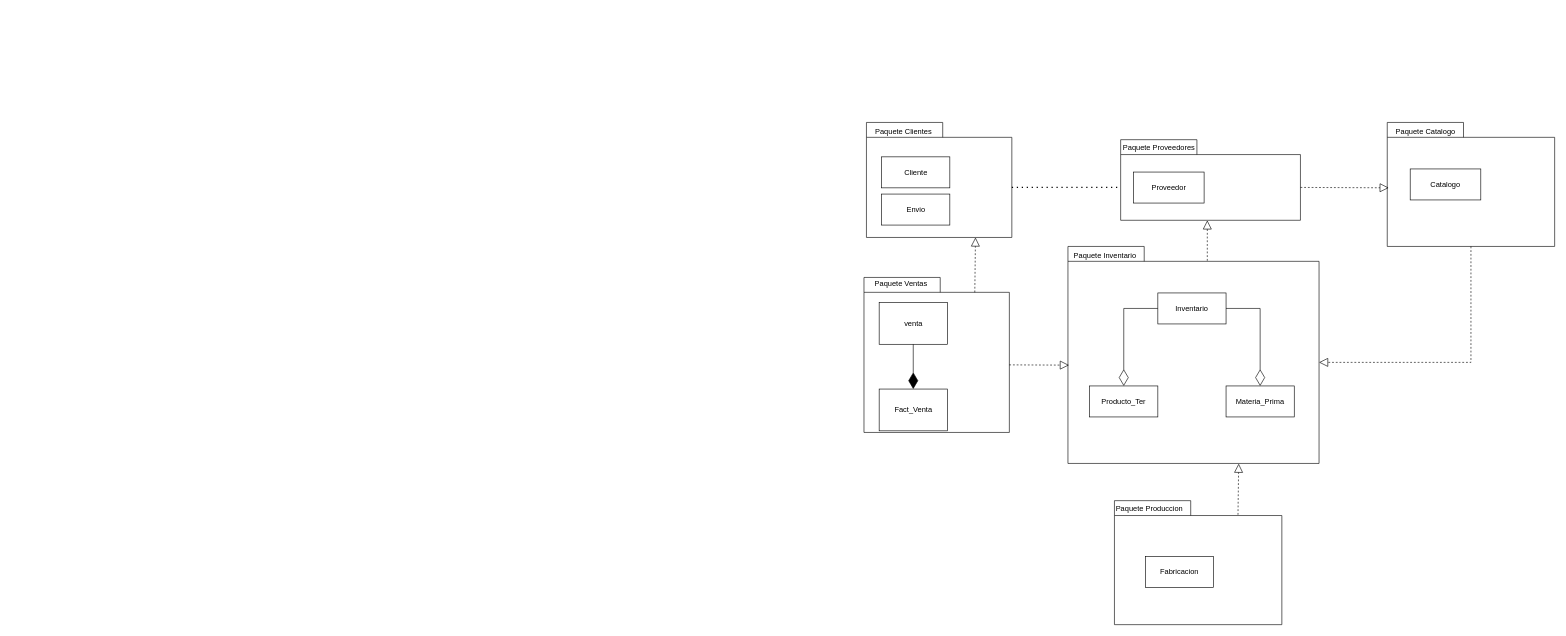
Before: Diagrama de paquetes.drawio in REDx174aRD/VERA, a draw.io diagram. Source tidied: cells renumbered, new cells numbered last; positions are measured from the earlier drawing's top-left corner, leaving out a move shared by most shapes. Both pictures are drawn from the tidied source at 62%, with x=0, y=0 at pixel (864, 122).
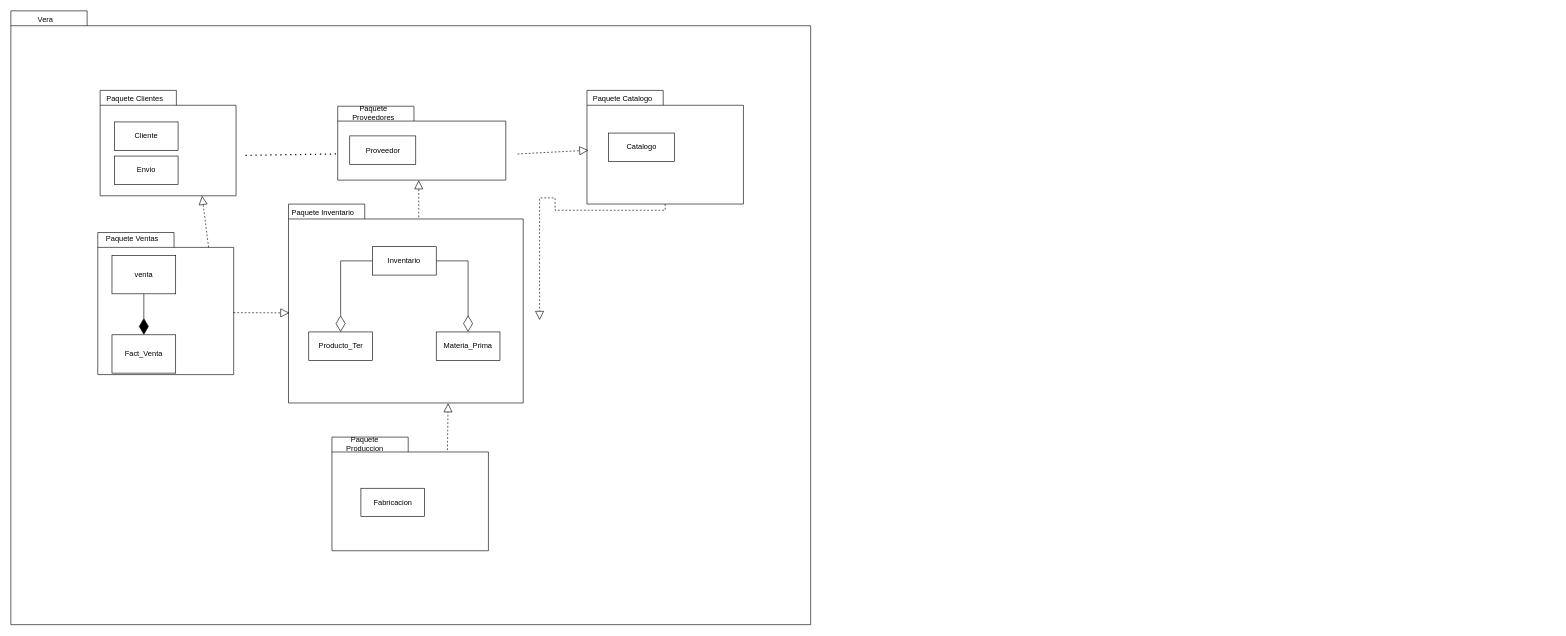
The same diagram, later.

What changed in the source:
```diff
@@
+    <mxCell id="40" style="group;" parent="1" vertex="1">
+      <mxGeometry x="-1376" y="-180" width="1290" height="990" as="geometry" />
+    </mxCell>
+    <mxCell id="41" style="shape=folder;fontStyle=1;spacingTop=10;tabWidth=123;tabHeight=24;tabPosition=left;html=1;rounded=0;shadow=0;comic=0;labelBackgroundColor=none;strokeWidth=1;fontFamily=Verdana;fontSize=10;align=center;" parent="40" vertex="1">
+      <mxGeometry width="1290" height="990" as="geometry" />
+    </mxCell>
-    <mxCell id="2" style="group;" parent="1" vertex="1">
-      <mxGeometry x="404" y="610" width="270" height="200" as="geometry" />
+    <mxCell id="2" style="group;" parent="40" vertex="1">
+      <mxGeometry x="517.9" y="687.5" width="252.4" height="183.3" as="geometry" />
     </mxCell>
     <mxCell id="3" style="shape=folder;fontStyle=1;spacingTop=10;tabWidth=123;tabHeight=24;tabPosition=left;html=1;rounded=0;shadow=0;comic=0;labelBackgroundColor=none;strokeWidth=1;fontFamily=Verdana;fontSize=10;align=center;" parent="2" vertex="1">
-      <mxGeometry width="270" height="200" as="geometry" />
+      <mxGeometry width="252.4" height="183.3" as="geometry" />
     </mxCell>
     <mxCell id="4" value="Paquete Produccion" style="text;html=1;whiteSpace=wrap;strokeColor=none;fillColor=none;align=center;verticalAlign=middle;rounded=0;" parent="2" vertex="1">
-      <mxGeometry width="113.2" height="25" as="geometry" />
+      <mxGeometry width="105.8" height="22.9" as="geometry" />
     </mxCell>
     <mxCell id="5" value="Fabricacion" style="html=1;whiteSpace=wrap;" parent="2" vertex="1">
-      <mxGeometry x="50" y="90" width="110" height="50" as="geometry" />
+      <mxGeometry x="46.7" y="82.5" width="102.8" height="45.8" as="geometry" />
     </mxCell>
-    <mxCell id="6" style="group;" parent="1" vertex="1">
-      <mxGeometry x="414" y="27.8" width="290" height="130" as="geometry" />
+    <mxCell id="6" style="group;" parent="40" vertex="1">
+      <mxGeometry x="527.2" y="153.8" width="271.1" height="119.2" as="geometry" />
     </mxCell>
     <mxCell id="7" style="shape=folder;fontStyle=1;spacingTop=10;tabWidth=123;tabHeight=24;tabPosition=left;html=1;rounded=0;shadow=0;comic=0;labelBackgroundColor=none;strokeWidth=1;fontFamily=Verdana;fontSize=10;align=center;" parent="6" vertex="1">
-      <mxGeometry width="290" height="130" as="geometry" />
+      <mxGeometry width="271.1" height="119.2" as="geometry" />
     </mxCell>
     <mxCell id="8" value="Paquete Proveedores" style="text;html=1;whiteSpace=wrap;strokeColor=none;fillColor=none;align=center;verticalAlign=middle;rounded=0;" parent="6" vertex="1">
-      <mxGeometry y="-2.2" width="124.3" height="30" as="geometry" />
+      <mxGeometry y="-2.1" width="116.2" height="27.5" as="geometry" />
     </mxCell>
     <mxCell id="9" value="Proveedor" style="html=1;whiteSpace=wrap;" parent="6" vertex="1">
-      <mxGeometry x="20.7" y="52.2" width="113.9" height="50" as="geometry" />
+      <mxGeometry x="19.4" y="47.9" width="106.5" height="45.8" as="geometry" />
     </mxCell>
-    <mxCell id="10" style="group;" parent="1" vertex="1">
-      <mxGeometry x="4" width="234.5" height="185.5" as="geometry" />
+    <mxCell id="10" style="group;" parent="40" vertex="1">
+      <mxGeometry x="144" y="128.3" width="219.2" height="170" as="geometry" />
     </mxCell>
     <mxCell id="11" style="group;" parent="10" vertex="1">
-      <mxGeometry width="234.5" height="185.5" as="geometry" />
+      <mxGeometry width="219.2" height="170" as="geometry" />
     </mxCell>
     <mxCell id="12" style="shape=folder;fontStyle=1;spacingTop=10;tabWidth=123;tabHeight=24;tabPosition=left;html=1;rounded=0;shadow=0;comic=0;labelBackgroundColor=none;strokeWidth=1;fontFamily=Verdana;fontSize=10;align=center;" parent="11" vertex="1">
-      <mxGeometry width="234.5" height="185.5" as="geometry" />
+      <mxGeometry width="219.2" height="170" as="geometry" />
     </mxCell>
     <mxCell id="13" value="Cliente" style="html=1;whiteSpace=wrap;" parent="11" vertex="1">
-      <mxGeometry x="24.5" y="55.5" width="110" height="50" as="geometry" />
+      <mxGeometry x="22.9" y="50.9" width="102.8" height="45.8" as="geometry" />
     </mxCell>
     <mxCell id="14" value="Envio" style="html=1;whiteSpace=wrap;" parent="11" vertex="1">
-      <mxGeometry x="24.5" y="115.5" width="110" height="50" as="geometry" />
+      <mxGeometry x="22.9" y="105.9" width="102.8" height="45.8" as="geometry" />
     </mxCell>
     <mxCell id="15" value="Paquete Clientes" style="text;html=1;whiteSpace=wrap;strokeColor=none;fillColor=none;align=center;verticalAlign=middle;rounded=0;" parent="11" vertex="1">
-      <mxGeometry width="120" height="30" as="geometry" />
+      <mxGeometry width="112.2" height="27.5" as="geometry" />
     </mxCell>
-    <mxCell id="16" style="shape=folder;fontStyle=1;spacingTop=10;tabWidth=123;tabHeight=24;tabPosition=left;html=1;rounded=0;shadow=0;comic=0;labelBackgroundColor=none;strokeColor=#000000;strokeWidth=1;fillColor=#ffffff;fontFamily=Verdana;fontSize=10;fontColor=#000000;align=center;" parent="1" vertex="1">
-      <mxGeometry x="329" y="200" width="405" height="350" as="geometry" />
+    <mxCell id="16" style="shape=folder;fontStyle=1;spacingTop=10;tabWidth=123;tabHeight=24;tabPosition=left;html=1;rounded=0;shadow=0;comic=0;labelBackgroundColor=none;strokeColor=#000000;strokeWidth=1;fillColor=#ffffff;fontFamily=Verdana;fontSize=10;fontColor=#000000;align=center;" parent="40" vertex="1">
+      <mxGeometry x="447.8" y="311.7" width="378.6" height="320.8" as="geometry" />
     </mxCell>
-    <mxCell id="17" style="endArrow=none;dashed=1;html=1;dashPattern=1 3;strokeWidth=2;rounded=0;exitX=0;exitY=0;exitDx=234.5;exitDy=104.75;exitPerimeter=0;entryX=0;entryY=0;entryDx=0;entryDy=77;entryPerimeter=0;" parent="1" edge="1" source="12" target="7">
+    <mxCell id="17" style="endArrow=none;dashed=1;html=1;dashPattern=1 3;strokeWidth=2;rounded=0;exitX=0;exitY=0;exitDx=234.5;exitDy=104.75;exitPerimeter=0;entryX=0;entryY=0;entryDx=0;entryDy=77;entryPerimeter=0;" parent="40" edge="1" source="12" target="7">
       <mxGeometry relative="1" as="geometry" />
     </mxCell>
-    <mxCell id="18" style="group;" parent="1" vertex="1">
-      <mxGeometry y="250" width="234.5" height="250" as="geometry" />
+    <mxCell id="18" style="group;" parent="40" vertex="1">
+      <mxGeometry x="140.2" y="357.5" width="219.2" height="229.2" as="geometry" />
     </mxCell>
     <mxCell id="19" style="group;" parent="18" vertex="1">
-      <mxGeometry width="234.5" height="250" as="geometry" />
+      <mxGeometry width="219.2" height="229.2" as="geometry" />
     </mxCell>
     <mxCell id="20" style="shape=folder;fontStyle=1;spacingTop=10;tabWidth=123;tabHeight=24;tabPosition=left;html=1;rounded=0;shadow=0;comic=0;labelBackgroundColor=none;strokeWidth=1;fontFamily=Verdana;fontSize=10;align=center;" parent="19" vertex="1">
-      <mxGeometry width="234.5" height="250" as="geometry" />
+      <mxGeometry width="219.2" height="229.2" as="geometry" />
     </mxCell>
     <mxCell id="21" value="venta" style="html=1;whiteSpace=wrap;" parent="19" vertex="1">
-      <mxGeometry x="24.5" y="40.4" width="110" height="67.4" as="geometry" />
+      <mxGeometry x="22.9" y="37.1" width="102.8" height="61.8" as="geometry" />
     </mxCell>
     <mxCell id="22" value="Fact_Venta" style="html=1;whiteSpace=wrap;" parent="19" vertex="1">
-      <mxGeometry x="24.5" y="180" width="110" height="67.4" as="geometry" />
+      <mxGeometry x="22.9" y="165" width="102.8" height="61.8" as="geometry" />
     </mxCell>
     <mxCell id="23" value="Paquete Ventas" style="text;html=1;whiteSpace=wrap;strokeColor=none;fillColor=none;align=center;verticalAlign=middle;rounded=0;" parent="19" vertex="1">
-      <mxGeometry y="-10" width="120" height="40.4" as="geometry" />
+      <mxGeometry y="-9.2" width="112.2" height="37.1" as="geometry" />
     </mxCell>
@@
-    <mxCell id="25" style="endArrow=block;dashed=1;endFill=0;endSize=12;html=1;rounded=0;exitX=0;exitY=0;exitDx=178.75;exitDy=24;exitPerimeter=0;entryX=0.75;entryY=1;entryDx=0;entryDy=0;entryPerimeter=0;" parent="1" edge="1" source="20" target="12">
+    <mxCell id="25" style="endArrow=block;dashed=1;endFill=0;endSize=12;html=1;rounded=0;exitX=0;exitY=0;exitDx=178.75;exitDy=24;exitPerimeter=0;entryX=0.75;entryY=1;entryDx=0;entryDy=0;entryPerimeter=0;" parent="40" edge="1" source="20" target="12">
       <mxGeometry relative="1" as="geometry" />
     </mxCell>
-    <mxCell id="26" value="Inventario" style="html=1;whiteSpace=wrap;" parent="1" vertex="1">
-      <mxGeometry x="474" y="275" width="110" height="50" as="geometry" />
+    <mxCell id="26" value="Inventario" style="html=1;whiteSpace=wrap;" parent="40" vertex="1">
+      <mxGeometry x="583.3" y="380.4" width="102.8" height="45.8" as="geometry" />
     </mxCell>
-    <mxCell id="27" value="Materia_Prima" style="html=1;whiteSpace=wrap;" parent="1" vertex="1">
-      <mxGeometry x="584" y="425" width="110" height="50" as="geometry" />
+    <mxCell id="27" value="Materia_Prima" style="html=1;whiteSpace=wrap;" parent="40" vertex="1">
+      <mxGeometry x="686.1" y="517.9" width="102.8" height="45.8" as="geometry" />
     </mxCell>
-    <mxCell id="28" value="Producto_Ter" style="html=1;whiteSpace=wrap;" parent="1" vertex="1">
-      <mxGeometry x="364" y="425" width="110" height="50" as="geometry" />
+    <mxCell id="28" value="Producto_Ter" style="html=1;whiteSpace=wrap;" parent="40" vertex="1">
+      <mxGeometry x="480.5" y="517.9" width="102.8" height="45.8" as="geometry" />
     </mxCell>
-    <mxCell id="29" style="endArrow=diamondThin;endFill=0;endSize=24;html=1;rounded=0;entryX=0.5;entryY=0;entryDx=0;entryDy=0;exitX=0;exitY=0.5;exitDx=0;exitDy=0;edgeStyle=orthogonalEdgeStyle;" parent="1" edge="1" source="26" target="28">
+    <mxCell id="29" style="endArrow=diamondThin;endFill=0;endSize=24;html=1;rounded=0;entryX=0.5;entryY=0;entryDx=0;entryDy=0;exitX=0;exitY=0.5;exitDx=0;exitDy=0;edgeStyle=orthogonalEdgeStyle;" parent="40" edge="1" source="26" target="28">
       <mxGeometry relative="1" as="geometry" />
     </mxCell>
-    <mxCell id="30" style="endArrow=diamondThin;endFill=0;endSize=24;html=1;rounded=0;entryX=0.5;entryY=0;entryDx=0;entryDy=0;exitX=1;exitY=0.5;exitDx=0;exitDy=0;edgeStyle=orthogonalEdgeStyle;" parent="1" edge="1" source="26" target="27">
+    <mxCell id="30" style="endArrow=diamondThin;endFill=0;endSize=24;html=1;rounded=0;entryX=0.5;entryY=0;entryDx=0;entryDy=0;exitX=1;exitY=0.5;exitDx=0;exitDy=0;edgeStyle=orthogonalEdgeStyle;" parent="40" edge="1" source="26" target="27">
       <mxGeometry relative="1" as="geometry" />
     </mxCell>
-    <mxCell id="31" value="Paquete Inventario" style="text;html=1;whiteSpace=wrap;strokeColor=none;fillColor=none;align=center;verticalAlign=middle;rounded=0;" parent="1" vertex="1">
-      <mxGeometry x="334" y="200" width="110" height="30" as="geometry" />
+    <mxCell id="31" value="Paquete Inventario" style="text;html=1;whiteSpace=wrap;strokeColor=none;fillColor=none;align=center;verticalAlign=middle;rounded=0;" parent="40" vertex="1">
+      <mxGeometry x="452.4" y="311.7" width="102.8" height="27.5" as="geometry" />
     </mxCell>
-    <mxCell id="32" style="endArrow=block;dashed=1;endFill=0;endSize=12;html=1;rounded=0;entryX=0.004;entryY=0.547;entryDx=0;entryDy=0;entryPerimeter=0;exitX=0.999;exitY=0.564;exitDx=0;exitDy=0;exitPerimeter=0;" parent="1" edge="1" source="20" target="16">
+    <mxCell id="32" style="endArrow=block;dashed=1;endFill=0;endSize=12;html=1;rounded=0;entryX=0.004;entryY=0.547;entryDx=0;entryDy=0;entryPerimeter=0;exitX=0.999;exitY=0.564;exitDx=0;exitDy=0;exitPerimeter=0;" parent="40" edge="1" source="20" target="16">
       <mxGeometry relative="1" as="geometry" />
     </mxCell>
-    <mxCell id="33" style="endArrow=block;dashed=1;endFill=0;endSize=12;html=1;rounded=0;exitX=0.738;exitY=0.114;exitDx=0;exitDy=0;exitPerimeter=0;entryX=0.68;entryY=1.001;entryDx=0;entryDy=0;entryPerimeter=0;" parent="1" edge="1" source="3" target="16">
+    <mxCell id="33" style="endArrow=block;dashed=1;endFill=0;endSize=12;html=1;rounded=0;exitX=0.738;exitY=0.114;exitDx=0;exitDy=0;exitPerimeter=0;entryX=0.68;entryY=1.001;entryDx=0;entryDy=0;entryPerimeter=0;" parent="40" edge="1" source="3" target="16">
       <mxGeometry relative="1" as="geometry" />
     </mxCell>
-    <mxCell id="34" style="endArrow=block;dashed=1;endFill=0;endSize=12;html=1;rounded=0;exitX=0.555;exitY=0.066;exitDx=0;exitDy=0;exitPerimeter=0;entryX=0.482;entryY=1.001;entryDx=0;entryDy=0;entryPerimeter=0;" parent="1" edge="1" source="16" target="7">
+    <mxCell id="34" style="endArrow=block;dashed=1;endFill=0;endSize=12;html=1;rounded=0;exitX=0.555;exitY=0.066;exitDx=0;exitDy=0;exitPerimeter=0;entryX=0.482;entryY=1.001;entryDx=0;entryDy=0;entryPerimeter=0;" parent="40" edge="1" source="16" target="7">
       <mxGeometry relative="1" as="geometry" />
     </mxCell>
-    <mxCell id="35" style="shape=folder;fontStyle=1;spacingTop=10;tabWidth=123;tabHeight=24;tabPosition=left;html=1;rounded=0;shadow=0;comic=0;labelBackgroundColor=none;strokeWidth=1;fontFamily=Verdana;fontSize=10;align=center;" parent="1" vertex="1">
-      <mxGeometry x="844" width="270" height="200" as="geometry" />
+    <mxCell id="35" style="shape=folder;fontStyle=1;spacingTop=10;tabWidth=123;tabHeight=24;tabPosition=left;html=1;rounded=0;shadow=0;comic=0;labelBackgroundColor=none;strokeWidth=1;fontFamily=Verdana;fontSize=10;align=center;" parent="40" vertex="1">
+      <mxGeometry x="929.2" y="128.3" width="252.4" height="183.3" as="geometry" />
     </mxCell>
-    <mxCell id="36" value="Paquete Catalogo" style="text;html=1;whiteSpace=wrap;strokeColor=none;fillColor=none;align=center;verticalAlign=middle;rounded=0;" parent="1" vertex="1">
-      <mxGeometry x="844" width="124.3" height="30" as="geometry" />
+    <mxCell id="36" value="Paquete Catalogo" style="text;html=1;whiteSpace=wrap;strokeColor=none;fillColor=none;align=center;verticalAlign=middle;rounded=0;" parent="40" vertex="1">
+      <mxGeometry x="929.2" y="128.3" width="116.2" height="27.5" as="geometry" />
     </mxCell>
-    <mxCell id="37" value="Catalogo" style="html=1;whiteSpace=wrap;" parent="1" vertex="1">
-      <mxGeometry x="881" y="75" width="113.9" height="50" as="geometry" />
+    <mxCell id="37" value="Catalogo" style="html=1;whiteSpace=wrap;" parent="40" vertex="1">
+      <mxGeometry x="963.8" y="197.1" width="106.5" height="45.8" as="geometry" />
     </mxCell>
-    <mxCell id="38" style="endArrow=block;dashed=1;endFill=0;endSize=12;html=1;rounded=0;exitX=0.5;exitY=1;exitDx=0;exitDy=0;exitPerimeter=0;entryX=0;entryY=0;entryDx=405;entryDy=187;entryPerimeter=0;edgeStyle=orthogonalEdgeStyle;" parent="1" edge="1" source="35" target="16">
+    <mxCell id="38" style="endArrow=block;dashed=1;endFill=0;endSize=12;html=1;rounded=0;exitX=0.5;exitY=1;exitDx=0;exitDy=0;exitPerimeter=0;entryX=0;entryY=0;entryDx=405;entryDy=187;entryPerimeter=0;edgeStyle=orthogonalEdgeStyle;" parent="40" edge="1" source="35" target="16">
       <mxGeometry relative="1" as="geometry" />
     </mxCell>
-    <mxCell id="39" style="endArrow=block;dashed=1;endFill=0;endSize=12;html=1;rounded=0;exitX=0;exitY=0;exitDx=290;exitDy=77;exitPerimeter=0;entryX=0.009;entryY=0.527;entryDx=0;entryDy=0;entryPerimeter=0;" parent="1" edge="1" source="7" target="35">
+    <mxCell id="39" style="endArrow=block;dashed=1;endFill=0;endSize=12;html=1;rounded=0;exitX=0;exitY=0;exitDx=290;exitDy=77;exitPerimeter=0;entryX=0.009;entryY=0.527;entryDx=0;entryDy=0;entryPerimeter=0;" parent="40" edge="1" source="7" target="35">
       <mxGeometry relative="1" as="geometry" />
     </mxCell>
+    <mxCell id="42" value="Vera" style="text;html=1;whiteSpace=wrap;strokeColor=none;fillColor=none;align=center;verticalAlign=middle;rounded=0;" parent="40" vertex="1">
+      <mxGeometry x="28" width="56.1" height="27.5" as="geometry" />
+    </mxCell>
```
